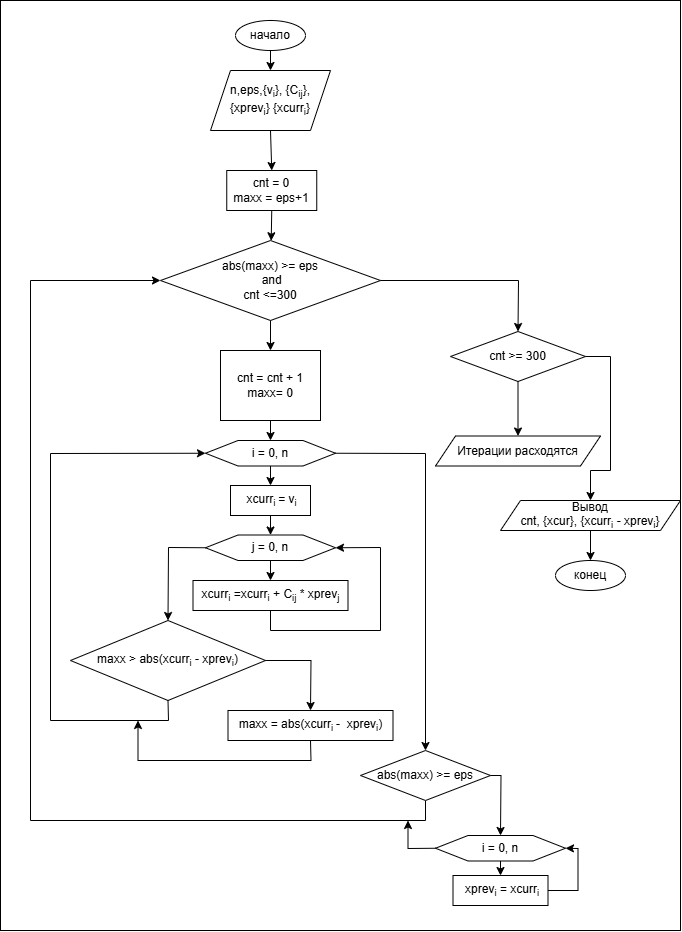
AndrewBond-005/itmo keeps this draw.io diagram as вычмат/лаб1.png. Above is the earlier version. Source tidied: cells renumbered, new cells last; positions are measured from the earlier drawing's top-left corner, leaving out a move shared by most shapes.
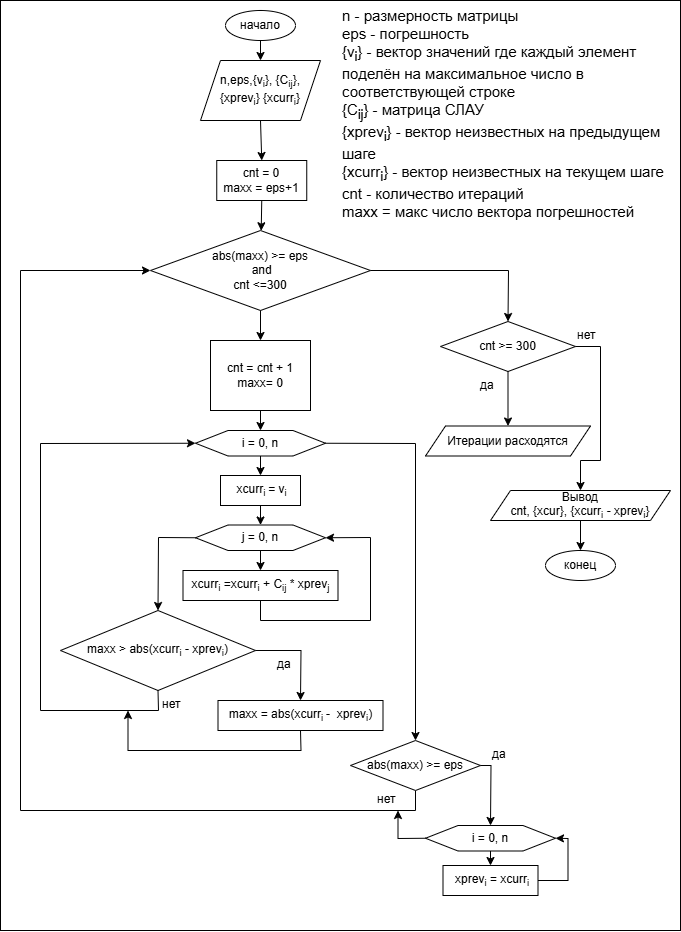
After the commit.

Diff of the diagram source:
```diff
@@ -3,7 +3,7 @@
     <mxCell id="0" />
     <mxCell id="1" parent="0" />
     <mxCell id="2" style="rounded=0;whiteSpace=wrap;html=1;" parent="1" vertex="1">
-      <mxGeometry width="680" height="930" as="geometry" />
+      <mxGeometry x="10" y="10" width="680" height="930" as="geometry" />
     </mxCell>
     <mxCell id="3" value="начало" style="ellipse;whiteSpace=wrap;html=1;" parent="1" vertex="1">
       <mxGeometry x="235" y="20" width="70" height="30" as="geometry" />
@@ -191,5 +191,26 @@
         </Array>
       </mxGeometry>
     </mxCell>
+    <mxCell id="44" value="&lt;font style=&quot;font-size: 15px;&quot;&gt;n - размерность матрицы&lt;br&gt;eps - погрешность&lt;br&gt;{v&lt;sub style=&quot;&quot;&gt;i&lt;/sub&gt;} - вектор значений где каждый элемент поделён на максимальное число в соответствующей строке&lt;br&gt;&lt;/font&gt;&lt;div&gt;&lt;font style=&quot;font-size: 15px;&quot;&gt;{С&lt;sub&gt;ij&lt;/sub&gt;} - матрица СЛАУ&lt;/font&gt;&lt;/div&gt;&lt;div&gt;&lt;font style=&quot;font-size: 15px;&quot;&gt;{xprev&lt;sub&gt;i&lt;/sub&gt;} - вектор неизвестных на предыдущем шаге&lt;/font&gt;&lt;/div&gt;&lt;div&gt;&lt;font style=&quot;font-size: 15px;&quot;&gt;{xcurr&lt;sub&gt;i&lt;/sub&gt;} - вектор неизвестных на текущем шаге&lt;br&gt;cnt - количество итераций&lt;/font&gt;&lt;/div&gt;&lt;div&gt;&lt;font style=&quot;font-size: 15px;&quot;&gt;maxx = макс число вектора погрешностей&lt;br&gt;&lt;/font&gt;&lt;br&gt;&lt;/div&gt;" style="text;whiteSpace=wrap;html=1;" parent="1" vertex="1">
+      <mxGeometry x="350" y="10" width="325" height="210" as="geometry" />
+    </mxCell>
+    <mxCell id="45" value="нет" style="text;whiteSpace=wrap;html=1;" parent="1" vertex="1">
+      <mxGeometry x="170" y="700" width="50" height="40" as="geometry" />
+    </mxCell>
+    <mxCell id="46" value="да" style="text;whiteSpace=wrap;html=1;" parent="1" vertex="1">
+      <mxGeometry x="500" y="750" width="50" height="40" as="geometry" />
+    </mxCell>
+    <mxCell id="47" value="нет" style="text;whiteSpace=wrap;html=1;" parent="1" vertex="1">
+      <mxGeometry x="385" y="795" width="50" height="40" as="geometry" />
+    </mxCell>
+    <mxCell id="48" value="&lt;div style=&quot;text-align: center;&quot;&gt;да&lt;/div&gt;" style="text;whiteSpace=wrap;html=1;" parent="1" vertex="1">
+      <mxGeometry x="285" y="660" width="50" height="40" as="geometry" />
+    </mxCell>
+    <mxCell id="49" value="да" style="text;whiteSpace=wrap;html=1;" parent="1" vertex="1">
+      <mxGeometry x="487.5" y="381" width="50" height="40" as="geometry" />
+    </mxCell>
+    <mxCell id="50" value="нет" style="text;whiteSpace=wrap;html=1;" parent="1" vertex="1">
+      <mxGeometry x="585" y="331" width="50" height="40" as="geometry" />
+    </mxCell>
   </root>
 </mxGraphModel>
```
